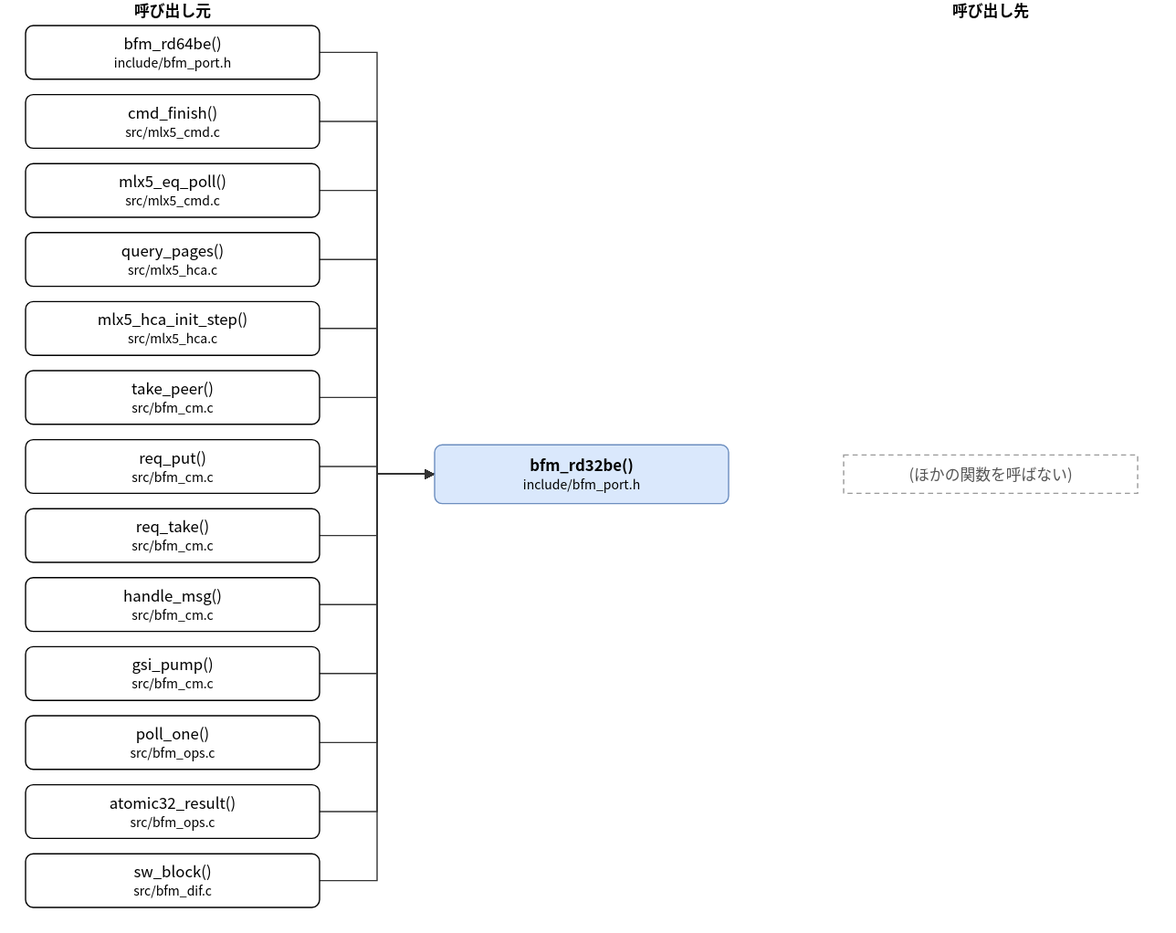
Before: doc/spec/images/call_include_bfm_port-bfm_rd32be.drawio.svg, a diagram exported from draw.io (hf355051012-ai/bfmem). Source tidied: cells renumbered, new cells last; positions are measured from the earlier drawing's top-left corner, leaving out a move shared by most shapes.
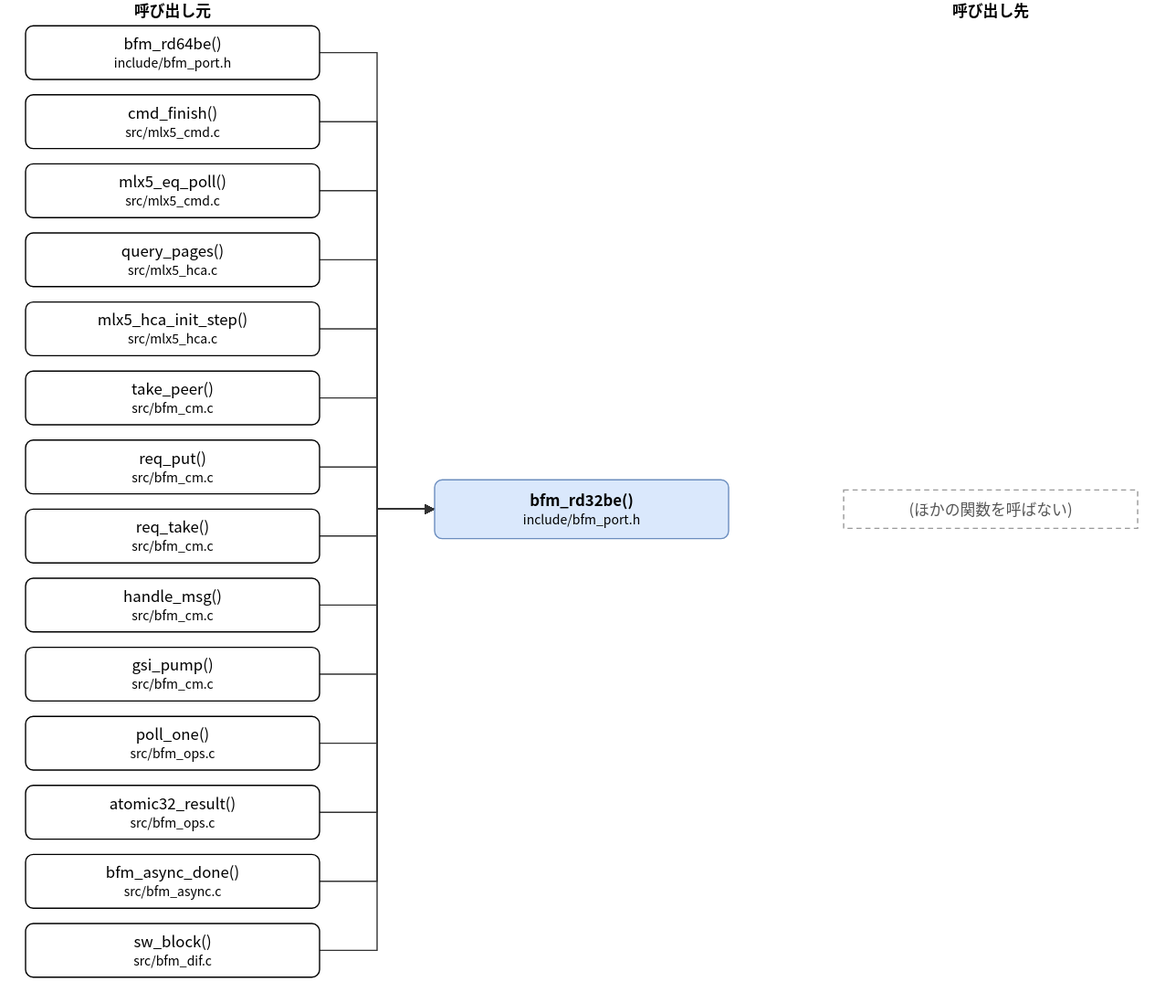
Above is the later version.

Diff of the diagram source:
```diff
@@ -3,7 +3,7 @@
     <mxCell id="0" />
     <mxCell id="1" parent="0" />
     <mxCell id="2" value="bfm_rd32be()&lt;br&gt;&lt;font style=&quot;font-size:10px&quot;&gt;include/bfm_port.h&lt;/font&gt;" style="rounded=1;whiteSpace=wrap;html=1;fillColor=#dae8fc;strokeColor=#6c8ebf;fontStyle=1;" parent="1" vertex="1">
-      <mxGeometry x="320" y="348" width="230" height="46" as="geometry" />
+      <mxGeometry x="320" y="375" width="230" height="46" as="geometry" />
     </mxCell>
     <mxCell id="3" value="bfm_rd64be()&lt;br&gt;&lt;font style=&quot;font-size:10px&quot;&gt;include/bfm_port.h&lt;/font&gt;" style="rounded=1;whiteSpace=wrap;html=1;" parent="1" vertex="1">
       <mxGeometry y="20" width="230" height="42" as="geometry" />
@@ -41,17 +41,20 @@
     <mxCell id="14" value="atomic32_result()&lt;br&gt;&lt;font style=&quot;font-size:10px&quot;&gt;src/bfm_ops.c&lt;/font&gt;" style="rounded=1;whiteSpace=wrap;html=1;" parent="1" vertex="1">
       <mxGeometry y="614" width="230" height="42" as="geometry" />
     </mxCell>
-    <mxCell id="15" value="sw_block()&lt;br&gt;&lt;font style=&quot;font-size:10px&quot;&gt;src/bfm_dif.c&lt;/font&gt;" style="rounded=1;whiteSpace=wrap;html=1;" parent="1" vertex="1">
+    <mxCell id="15" value="bfm_async_done()&lt;br&gt;&lt;font style=&quot;font-size:10px&quot;&gt;src/bfm_async.c&lt;/font&gt;" style="rounded=1;whiteSpace=wrap;html=1;" parent="1" vertex="1">
       <mxGeometry y="668" width="230" height="42" as="geometry" />
     </mxCell>
+    <mxCell id="32" value="sw_block()&lt;br&gt;&lt;font style=&quot;font-size:10px&quot;&gt;src/bfm_dif.c&lt;/font&gt;" style="rounded=1;whiteSpace=wrap;html=1;" parent="1" vertex="1">
+      <mxGeometry y="722" width="230" height="42" as="geometry" />
+    </mxCell>
     <mxCell id="16" value="(ほかの関数を呼ばない)" style="rounded=0;whiteSpace=wrap;html=1;dashed=1;strokeColor=#999999;fontColor=#555555;dashed=1;" parent="1" vertex="1">
-      <mxGeometry x="640" y="356" width="230" height="30" as="geometry" />
+      <mxGeometry x="640" y="383" width="230" height="30" as="geometry" />
     </mxCell>
     <mxCell id="17" style="edgeStyle=none;html=1;rounded=0;endArrow=block;endFill=1;exitX=1.0000;exitY=0.5000;exitDx=0;exitDy=0;exitPerimeter=0;entryX=0.0000;entryY=0.5000;entryDx=0;entryDy=0;entryPerimeter=0;" parent="1" edge="1" source="3" target="2">
       <mxGeometry relative="1" as="geometry">
         <Array as="points">
           <mxPoint x="275" y="41" />
-          <mxPoint x="275" y="371" />
+          <mxPoint x="275" y="398" />
         </Array>
       </mxGeometry>
     </mxCell>
@@ -59,7 +62,7 @@
       <mxGeometry relative="1" as="geometry">
         <Array as="points">
           <mxPoint x="275" y="95" />
-          <mxPoint x="275" y="371" />
+          <mxPoint x="275" y="398" />
         </Array>
       </mxGeometry>
     </mxCell>
@@ -67,7 +70,7 @@
       <mxGeometry relative="1" as="geometry">
         <Array as="points">
           <mxPoint x="275" y="149" />
-          <mxPoint x="275" y="371" />
+          <mxPoint x="275" y="398" />
         </Array>
       </mxGeometry>
     </mxCell>
@@ -75,7 +78,7 @@
       <mxGeometry relative="1" as="geometry">
         <Array as="points">
           <mxPoint x="275" y="203" />
-          <mxPoint x="275" y="371" />
+          <mxPoint x="275" y="398" />
         </Array>
       </mxGeometry>
     </mxCell>
@@ -83,7 +86,7 @@
       <mxGeometry relative="1" as="geometry">
         <Array as="points">
           <mxPoint x="275" y="257" />
-          <mxPoint x="275" y="371" />
+          <mxPoint x="275" y="398" />
         </Array>
       </mxGeometry>
     </mxCell>
@@ -91,7 +94,7 @@
       <mxGeometry relative="1" as="geometry">
         <Array as="points">
           <mxPoint x="275" y="311" />
-          <mxPoint x="275" y="371" />
+          <mxPoint x="275" y="398" />
         </Array>
       </mxGeometry>
     </mxCell>
@@ -99,7 +102,7 @@
       <mxGeometry relative="1" as="geometry">
         <Array as="points">
           <mxPoint x="275" y="365" />
-          <mxPoint x="275" y="371" />
+          <mxPoint x="275" y="398" />
         </Array>
       </mxGeometry>
     </mxCell>
@@ -107,7 +110,7 @@
       <mxGeometry relative="1" as="geometry">
         <Array as="points">
           <mxPoint x="275" y="419" />
-          <mxPoint x="275" y="371" />
+          <mxPoint x="275" y="398" />
         </Array>
       </mxGeometry>
     </mxCell>
@@ -115,7 +118,7 @@
       <mxGeometry relative="1" as="geometry">
         <Array as="points">
           <mxPoint x="275" y="473" />
-          <mxPoint x="275" y="371" />
+          <mxPoint x="275" y="398" />
         </Array>
       </mxGeometry>
     </mxCell>
@@ -123,7 +126,7 @@
       <mxGeometry relative="1" as="geometry">
         <Array as="points">
           <mxPoint x="275" y="527" />
-          <mxPoint x="275" y="371" />
+          <mxPoint x="275" y="398" />
         </Array>
       </mxGeometry>
     </mxCell>
@@ -131,7 +134,7 @@
       <mxGeometry relative="1" as="geometry">
         <Array as="points">
           <mxPoint x="275" y="581" />
-          <mxPoint x="275" y="371" />
+          <mxPoint x="275" y="398" />
         </Array>
       </mxGeometry>
     </mxCell>
@@ -139,7 +142,7 @@
       <mxGeometry relative="1" as="geometry">
         <Array as="points">
           <mxPoint x="275" y="635" />
-          <mxPoint x="275" y="371" />
+          <mxPoint x="275" y="398" />
         </Array>
       </mxGeometry>
     </mxCell>
@@ -147,10 +150,18 @@
       <mxGeometry relative="1" as="geometry">
         <Array as="points">
           <mxPoint x="275" y="689" />
-          <mxPoint x="275" y="371" />
+          <mxPoint x="275" y="398" />
         </Array>
       </mxGeometry>
     </mxCell>
+    <mxCell id="33" style="edgeStyle=none;html=1;rounded=0;endArrow=block;endFill=1;exitX=1.0000;exitY=0.5000;exitDx=0;exitDy=0;exitPerimeter=0;entryX=0.0000;entryY=0.5000;entryDx=0;entryDy=0;entryPerimeter=0;" parent="1" edge="1" source="32" target="2">
+      <mxGeometry relative="1" as="geometry">
+        <Array as="points">
+          <mxPoint x="275" y="743" />
+          <mxPoint x="275" y="398" />
+        </Array>
+      </mxGeometry>
+    </mxCell>
     <mxCell id="30" value="呼び出し元" style="text;html=1;align=center;fontStyle=1;" parent="1" vertex="1">
       <mxGeometry x="35" width="160" height="18" as="geometry" />
     </mxCell>
```
